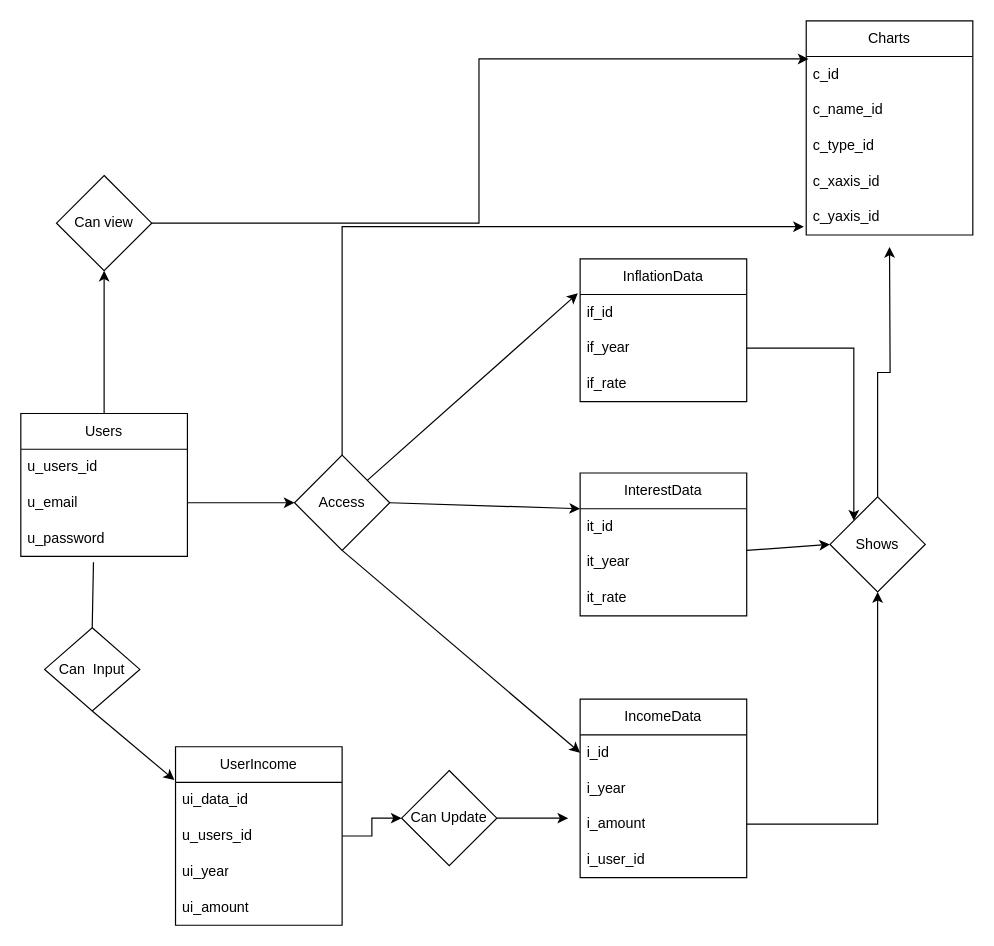
Above: CSE111 Diagram.drawio in ataflinger/CSE111-Project (draw.io), before the change. Source tidied: cells renumbered, new cells numbered last; positions are measured from the earlier drawing's top-left corner, leaving out a move shared by most shapes. Both pictures are drawn from the tidied source at 119%, with x=0, y=0 at pixel (20, 20).
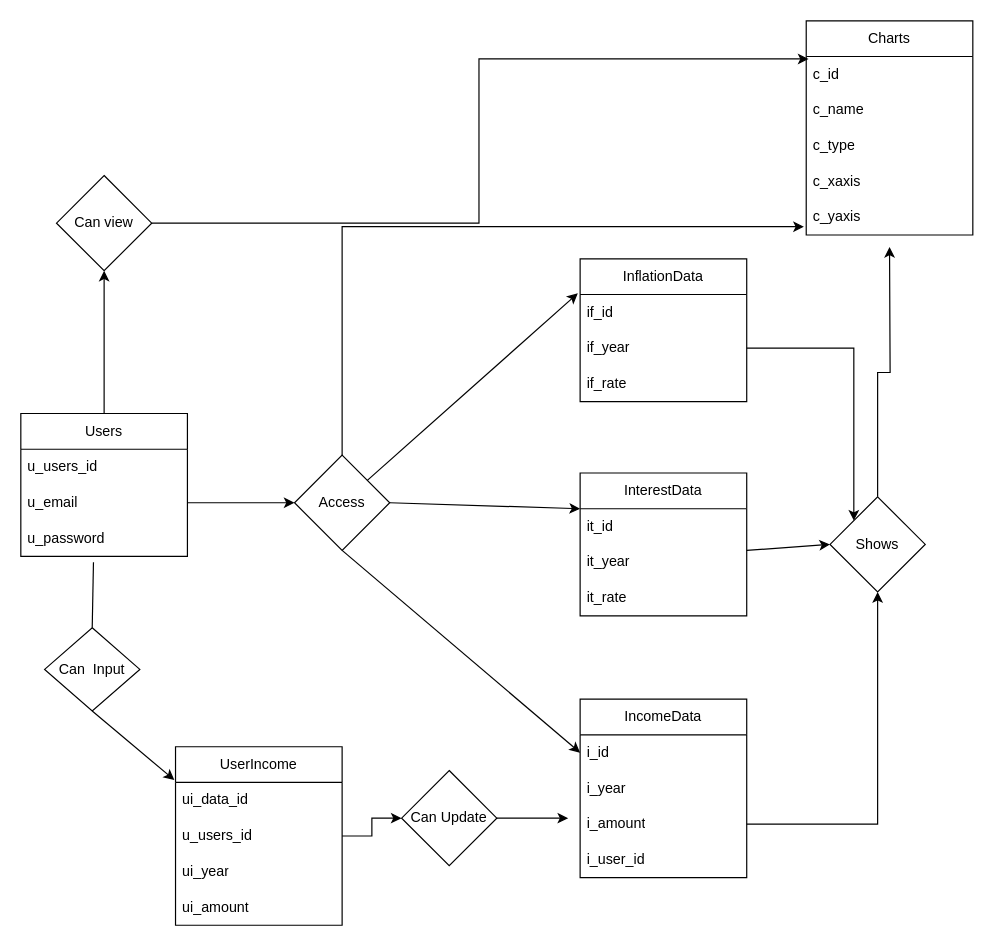
The same page after the edit.

The change refers to these unchanged cells:
```xml
<mxCell id="20" value="Charts" style="swimlane;fontStyle=0;horizontal=1;startSize=30;whiteSpace=wrap;html=1;" parent="1" vertex="1">
  <mxGeometry x="660" width="140" height="180" as="geometry" />
</mxCell>
```

Diff of the diagram source:
```diff
@@
-    <mxCell id="22" value="c_name_id" style="text;strokeColor=none;fillColor=none;align=left;verticalAlign=middle;spacingLeft=4;spacingRight=4;overflow=hidden;whiteSpace=wrap;html=1;" parent="20" vertex="1">
+    <mxCell id="22" value="c_name" style="text;strokeColor=none;fillColor=none;align=left;verticalAlign=middle;spacingLeft=4;spacingRight=4;overflow=hidden;whiteSpace=wrap;html=1;" parent="20" vertex="1">
       <mxGeometry y="60" width="140" height="30" as="geometry" />
     </mxCell>
-    <mxCell id="23" value="c_type_id" style="text;strokeColor=none;fillColor=none;align=left;verticalAlign=middle;spacingLeft=4;spacingRight=4;overflow=hidden;whiteSpace=wrap;html=1;" parent="20" vertex="1">
+    <mxCell id="23" value="c_type" style="text;strokeColor=none;fillColor=none;align=left;verticalAlign=middle;spacingLeft=4;spacingRight=4;overflow=hidden;whiteSpace=wrap;html=1;" parent="20" vertex="1">
       <mxGeometry y="90" width="140" height="30" as="geometry" />
     </mxCell>
-    <mxCell id="24" value="c_xaxis_id" style="text;strokeColor=none;fillColor=none;align=left;verticalAlign=middle;spacingLeft=4;spacingRight=4;overflow=hidden;whiteSpace=wrap;html=1;" parent="20" vertex="1">
+    <mxCell id="24" value="c_xaxis" style="text;strokeColor=none;fillColor=none;align=left;verticalAlign=middle;spacingLeft=4;spacingRight=4;overflow=hidden;whiteSpace=wrap;html=1;" parent="20" vertex="1">
       <mxGeometry y="120" width="140" height="30" as="geometry" />
     </mxCell>
-    <mxCell id="25" value="c_yaxis_id" style="text;strokeColor=none;fillColor=none;align=left;verticalAlign=middle;spacingLeft=4;spacingRight=4;overflow=hidden;points=[[0,0.5],[1,0.5]];portConstraint=eastwest;whiteSpace=wrap;html=1;" parent="20" vertex="1">
+    <mxCell id="25" value="c_yaxis" style="text;strokeColor=none;fillColor=none;align=left;verticalAlign=middle;spacingLeft=4;spacingRight=4;overflow=hidden;points=[[0,0.5],[1,0.5]];portConstraint=eastwest;whiteSpace=wrap;html=1;" parent="20" vertex="1">
       <mxGeometry y="150" width="140" height="30" as="geometry" />
     </mxCell>
```
